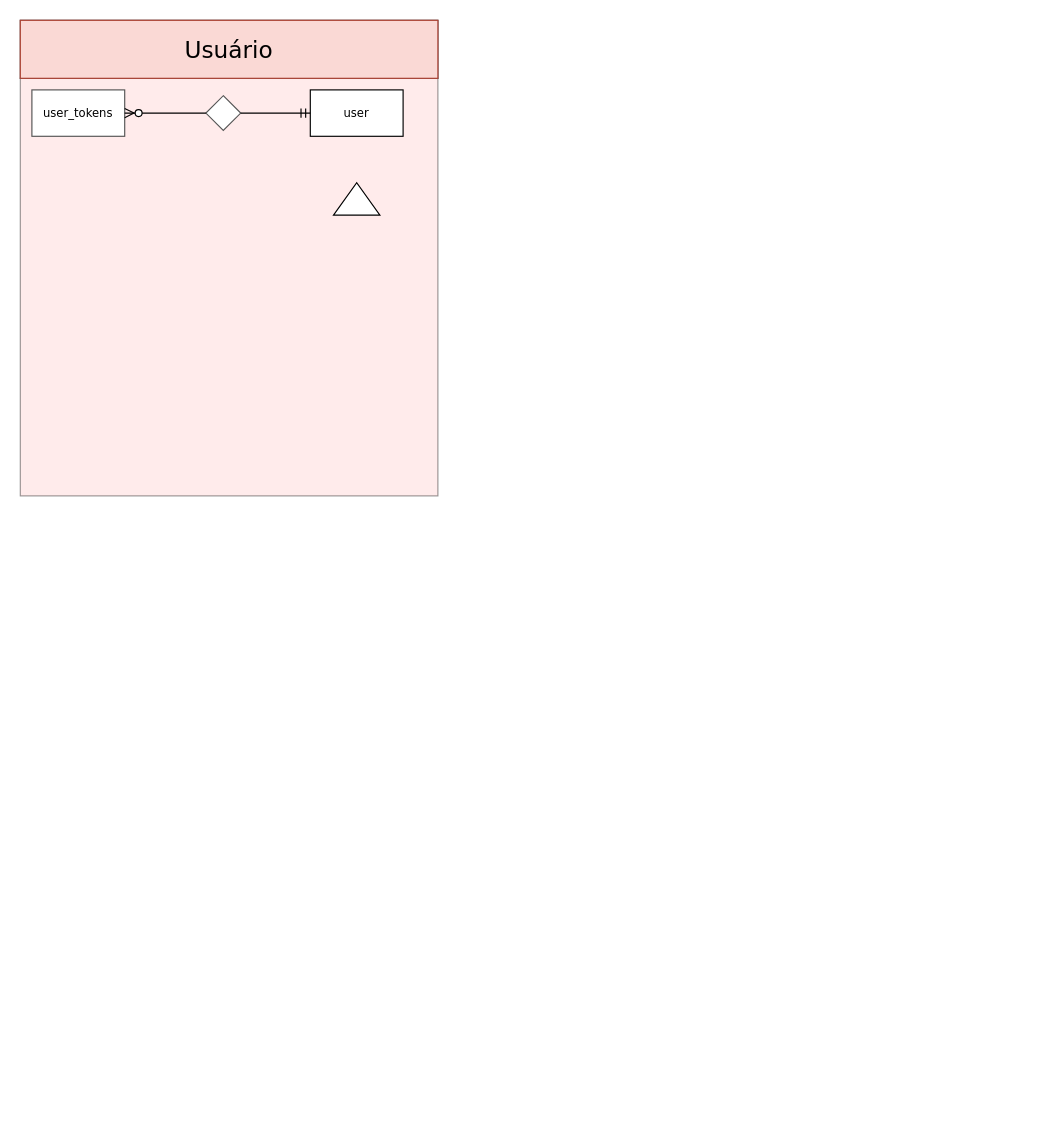
SevenSeas-Tech/demen-backend keeps this draw.io diagram as db_concept.drawio. Above is the earlier version. Source tidied: cells renumbered, new cells numbered last; positions are measured from the earlier drawing's top-left corner, leaving out a move shared by most shapes. Both pictures are drawn from the tidied source at 116%, with x=0, y=0 at pixel (20, 20).
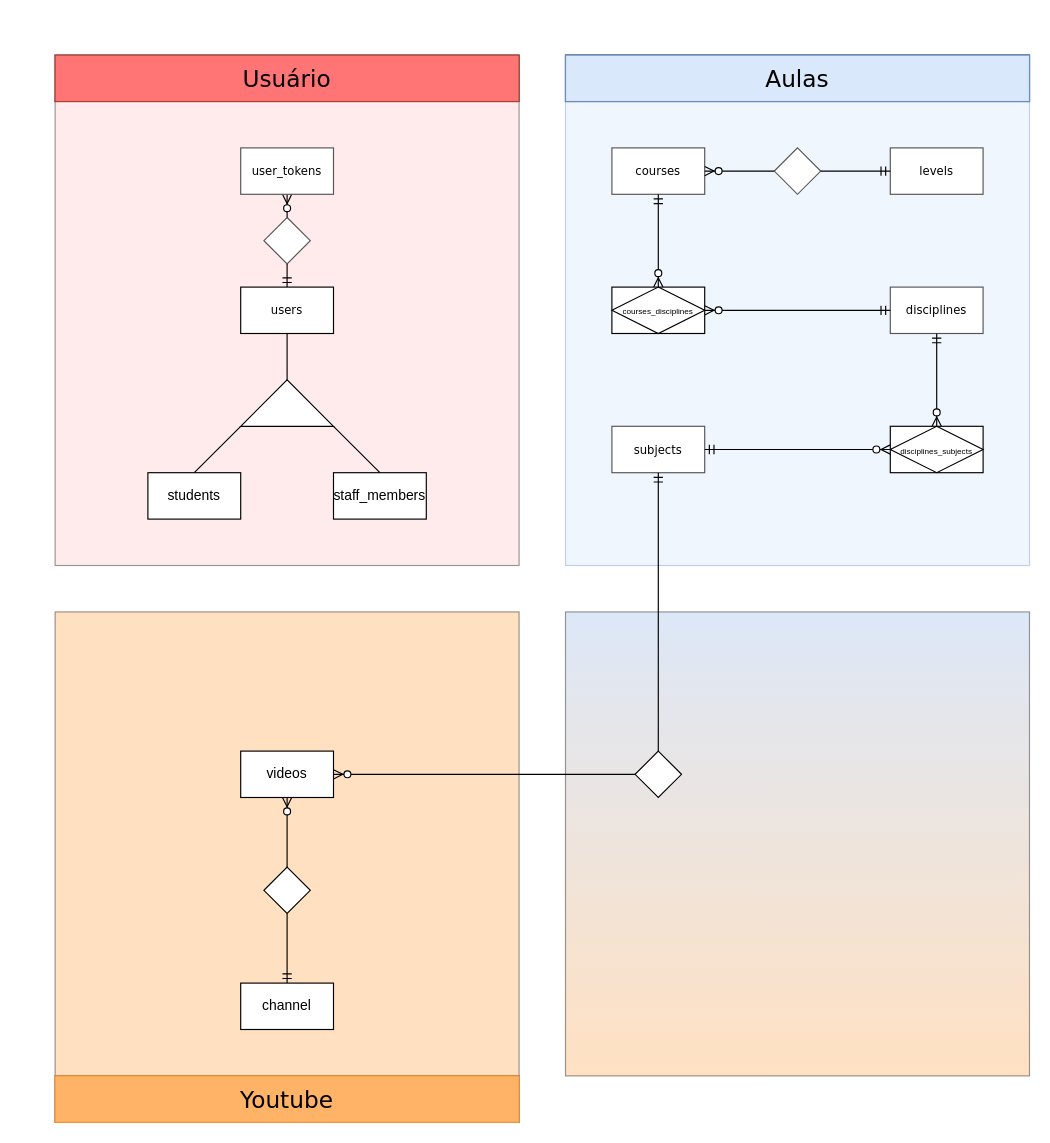
Above is the later version.

Commit message:
docs(database): atualização do modelo conceitual

Change to the diagram source:
```diff
@@
+    <mxCell id="15" style="whiteSpace=wrap;html=1;fontFamily=Verdana;fontSize=20;fillColor=#A9C4EB;gradientColor=#FFB366;opacity=40;" parent="1" vertex="1">
+      <mxGeometry x="470" y="510" width="400" height="400" as="geometry" />
+    </mxCell>
     <mxCell id="2" style="whiteSpace=wrap;html=1;fontFamily=Verdana;fontSize=20;fillColor=#FFCCCC;gradientColor=none;opacity=40;" parent="1" vertex="1">
-      <mxGeometry y="50" width="360" height="360" as="geometry" />
+      <mxGeometry x="30" y="70" width="400" height="400" as="geometry" />
     </mxCell>
     <mxCell id="3" style="group;verticalAlign=middle;fillColor=none;" parent="1" vertex="1">
-      <mxGeometry x="250" y="60" width="80" height="40" as="geometry" />
+      <mxGeometry x="190" y="230" width="80" height="40" as="geometry" />
     </mxCell>
@@
-    <mxCell id="5" value="&lt;p style=&quot;line-height: 1; font-size: 10px;&quot; align=&quot;center&quot;&gt;&lt;/p&gt;&lt;div style=&quot;font-size: 10px;&quot; align=&quot;center&quot;&gt;&lt;font style=&quot;font-size: 10px;&quot;&gt;user&lt;/font&gt;&lt;/div&gt;&lt;p style=&quot;font-size: 10px;&quot; align=&quot;center&quot;&gt;&lt;/p&gt;" style="text;html=1;strokeColor=none;fillColor=none;align=center;verticalAlign=middle;whiteSpace=wrap;rounded=0;fontFamily=Verdana;fontSize=20;" parent="3" vertex="1">
+    <mxCell id="5" value="&lt;p style=&quot;line-height: 1; font-size: 10px;&quot; align=&quot;center&quot;&gt;&lt;/p&gt;&lt;div style=&quot;font-size: 10px;&quot; align=&quot;center&quot;&gt;users&lt;/div&gt;&lt;p style=&quot;font-size: 10px;&quot; align=&quot;center&quot;&gt;&lt;/p&gt;" style="text;html=1;strokeColor=none;fillColor=none;align=center;verticalAlign=middle;whiteSpace=wrap;rounded=0;fontFamily=Verdana;fontSize=20;" parent="3" vertex="1">
       <mxGeometry width="80" height="40" as="geometry" />
     </mxCell>
     <mxCell id="6" style="group;" parent="1" vertex="1">
-      <mxGeometry width="360" height="50" as="geometry" />
+      <mxGeometry x="30" y="30" width="400" height="40" as="geometry" />
     </mxCell>
     <mxCell id="7" style="rounded=0;whiteSpace=wrap;html=1;fillColor=#cce5ff;strokeColor=#36393d;fontFamily=Verdana;" parent="6" vertex="1">
-      <mxGeometry width="360" height="50" as="geometry" />
+      <mxGeometry width="400" height="40" as="geometry" />
     </mxCell>
-    <mxCell id="8" value="&lt;font style=&quot;font-size: 20px;&quot;&gt;Usuário&lt;/font&gt;" style="text;html=1;strokeColor=#ae4132;fillColor=#fad9d5;align=center;verticalAlign=middle;whiteSpace=wrap;rounded=0;fontFamily=Verdana;" parent="6" vertex="1">
-      <mxGeometry width="360" height="50" as="geometry" />
+    <mxCell id="8" value="&lt;font style=&quot;font-size: 20px;&quot;&gt;Usuário&lt;/font&gt;" style="text;html=1;strokeColor=#ae4132;fillColor=#FF7575;align=center;verticalAlign=middle;whiteSpace=wrap;rounded=0;fontFamily=Verdana;" parent="6" vertex="1">
+      <mxGeometry width="400" height="40" as="geometry" />
     </mxCell>
     <mxCell id="9" style="rhombus;whiteSpace=wrap;html=1;fontFamily=Verdana;fontSize=20;strokeColor=#555555;fillColor=#FFFFFF;gradientColor=none;fontColor=#FFFFFF;" parent="1" vertex="1">
-      <mxGeometry x="160" y="65" width="30" height="30" as="geometry" />
+      <mxGeometry x="210" y="170" width="40" height="40" as="geometry" />
     </mxCell>
+    <mxCell id="13" style="edgeStyle=orthogonalEdgeStyle;fontSize=12;html=1;endArrow=ERzeroToMany;endFill=1;rounded=0;fontFamily=Verdana;fontColor=#000000;entryX=0.5;entryY=1;entryDx=0;entryDy=0;exitX=0.5;exitY=0;exitDx=0;exitDy=0;" parent="1" edge="1" source="9" target="11">
+      <mxGeometry relative="1" as="geometry" />
+    </mxCell>
+    <mxCell id="14" style="verticalLabelPosition=bottom;verticalAlign=top;html=1;shape=mxgraph.basic.acute_triangle;dx=0.5;rounded=0;shadow=0;glass=0;fontFamily=Verdana;fontSize=10;" parent="1" vertex="1">
+      <mxGeometry x="190" y="310" width="80" height="40" as="geometry" />
+    </mxCell>
+    <mxCell id="16" style="endArrow=none;html=1;rounded=0;entryX=0.5;entryY=1;entryDx=0;entryDy=0;exitX=0;exitY=0;exitDx=40;exitDy=0;exitPerimeter=0;" parent="1" edge="1" source="14" target="5">
+      <mxGeometry relative="1" as="geometry" />
+    </mxCell>
+    <mxCell id="17" value="staff_members" style="rounded=0;whiteSpace=wrap;html=1;" parent="1" vertex="1">
+      <mxGeometry x="270" y="390" width="80" height="40" as="geometry" />
+    </mxCell>
+    <mxCell id="18" style="endArrow=none;html=1;rounded=0;entryX=1;entryY=1;entryDx=0;entryDy=0;entryPerimeter=0;exitX=0.5;exitY=0;exitDx=0;exitDy=0;" parent="1" edge="1" source="17" target="14">
+      <mxGeometry relative="1" as="geometry" />
+    </mxCell>
+    <mxCell id="19" style="endArrow=none;html=1;rounded=0;entryX=0;entryY=1;entryDx=0;entryDy=0;entryPerimeter=0;exitX=0.5;exitY=0;exitDx=0;exitDy=0;" parent="1" edge="1" source="27" target="14">
+      <mxGeometry relative="1" as="geometry" />
+    </mxCell>
+    <mxCell id="20" style="whiteSpace=wrap;html=1;fontFamily=Verdana;fontSize=20;fillColor=#FFB366;gradientColor=none;opacity=40;" parent="1" vertex="1">
+      <mxGeometry x="30" y="510" width="400" height="400" as="geometry" />
+    </mxCell>
+    <mxCell id="21" style="group;" parent="1" vertex="1">
+      <mxGeometry x="30" y="910" width="400" height="40" as="geometry" />
+    </mxCell>
+    <mxCell id="22" style="rounded=0;whiteSpace=wrap;html=1;fillColor=#cce5ff;strokeColor=#36393d;fontFamily=Verdana;" parent="21" vertex="1">
+      <mxGeometry width="400" height="40" as="geometry" />
+    </mxCell>
+    <mxCell id="23" value="&lt;font style=&quot;font-size: 20px;&quot;&gt;Youtube&lt;/font&gt;" style="text;html=1;strokeColor=#FF9933;fillColor=#FFB366;align=center;verticalAlign=middle;whiteSpace=wrap;rounded=0;fontFamily=Verdana;" parent="21" vertex="1">
+      <mxGeometry width="400" height="40" as="geometry" />
+    </mxCell>
+    <mxCell id="24" style="edgeStyle=orthogonalEdgeStyle;rounded=0;orthogonalLoop=1;jettySize=auto;html=1;exitX=0.5;exitY=1;exitDx=0;exitDy=0;" parent="1" edge="1" source="2" target="2">
+      <mxGeometry relative="1" as="geometry" />
+    </mxCell>
+    <mxCell id="25" style="group;" parent="1" vertex="1">
+      <mxGeometry x="190" y="110" width="80" height="40" as="geometry" />
+    </mxCell>
-    <mxCell id="10" style="rounded=0;whiteSpace=wrap;html=1;fontFamily=Verdana;fontSize=20;fontColor=#FFFFFF;strokeColor=#555555;fillColor=#FFFFFF;gradientColor=none;" parent="1" vertex="1">
-      <mxGeometry x="10" y="60" width="80" height="40" as="geometry" />
+    <mxCell id="10" style="rounded=0;whiteSpace=wrap;html=1;fontFamily=Verdana;fontSize=20;fontColor=#FFFFFF;strokeColor=#555555;fillColor=#FFFFFF;gradientColor=none;" parent="25" vertex="1">
+      <mxGeometry width="80" height="40" as="geometry" />
     </mxCell>
-    <mxCell id="11" value="&lt;div style=&quot;font-size: 10px;&quot; align=&quot;center&quot;&gt;user_tokens&lt;/div&gt;" style="text;html=1;strokeColor=none;fillColor=none;align=center;verticalAlign=middle;whiteSpace=wrap;rounded=0;fontFamily=Verdana;fontSize=20;fontColor=#000000;horizontal=1;glass=0;shadow=0;" parent="1" vertex="1">
-      <mxGeometry x="10" y="60" width="80" height="40" as="geometry" />
+    <mxCell id="11" value="&lt;div style=&quot;font-size: 10px;&quot; align=&quot;center&quot;&gt;user_tokens&lt;/div&gt;" style="text;html=1;strokeColor=none;fillColor=none;align=center;verticalAlign=middle;whiteSpace=wrap;rounded=0;fontFamily=Verdana;fontSize=20;fontColor=#000000;horizontal=1;glass=0;shadow=0;" parent="25" vertex="1">
+      <mxGeometry width="80" height="40" as="geometry" />
     </mxCell>
+    <mxCell id="26" style="group;" parent="1" vertex="1">
+      <mxGeometry x="110" y="390" width="80" height="40" as="geometry" />
+    </mxCell>
+    <mxCell id="27" style="rounded=0;whiteSpace=wrap;html=1;" parent="26" vertex="1">
+      <mxGeometry width="80" height="40" as="geometry" />
+    </mxCell>
+    <mxCell id="28" value="students" style="text;html=1;strokeColor=none;fillColor=none;align=center;verticalAlign=middle;whiteSpace=wrap;rounded=0;" parent="26" vertex="1">
+      <mxGeometry width="80" height="40" as="geometry" />
+    </mxCell>
-    <mxCell id="12" style="edgeStyle=entityRelationEdgeStyle;fontSize=12;html=1;endArrow=ERmandOne;rounded=0;fontFamily=Verdana;fontColor=#000000;entryX=0;entryY=0.5;entryDx=0;entryDy=0;exitX=1;exitY=0.5;exitDx=0;exitDy=0;" parent="1" edge="1" source="9" target="5">
+    <mxCell id="12" style="edgeStyle=orthogonalEdgeStyle;fontSize=12;html=1;endArrow=ERmandOne;rounded=0;exitX=0.5;exitY=1;exitDx=0;exitDy=0;" parent="1" edge="1" source="9" target="5">
       <mxGeometry relative="1" as="geometry" />
     </mxCell>
-    <mxCell id="13" style="edgeStyle=entityRelationEdgeStyle;fontSize=12;html=1;endArrow=ERzeroToMany;endFill=1;rounded=0;fontFamily=Verdana;fontColor=#000000;entryX=1;entryY=0.5;entryDx=0;entryDy=0;exitX=0;exitY=0.5;exitDx=0;exitDy=0;" parent="1" edge="1" source="9" target="11">
-      <mxGeometry relative="1" as="geometry" />
-    </mxCell>
-    <mxCell id="14" style="verticalLabelPosition=bottom;verticalAlign=top;html=1;shape=mxgraph.basic.acute_triangle;dx=0.5;rounded=0;shadow=0;glass=0;fontFamily=Verdana;fontSize=10;" parent="1" vertex="1">
-      <mxGeometry x="270" y="140" width="40" height="28" as="geometry" />
-    </mxCell>
+    <mxCell id="29" style="whiteSpace=wrap;html=1;fontFamily=Verdana;fontSize=20;fillColor=#dae8fc;opacity=40;strokeColor=#6c8ebf;" parent="1" vertex="1">
+      <mxGeometry x="470" y="70" width="400" height="400" as="geometry" />
+    </mxCell>
+    <mxCell id="30" style="group;fillColor=#dae8fc;strokeColor=#6c8ebf;" parent="1" vertex="1">
+      <mxGeometry x="470" y="30" width="400" height="40" as="geometry" />
+    </mxCell>
+    <mxCell id="31" style="rounded=0;whiteSpace=wrap;html=1;fillColor=#cce5ff;strokeColor=#36393d;fontFamily=Verdana;" parent="30" vertex="1">
+      <mxGeometry width="400" height="40" as="geometry" />
+    </mxCell>
+    <mxCell id="32" value="&lt;font style=&quot;font-size: 20px;&quot;&gt;Aulas&lt;/font&gt;" style="text;html=1;strokeColor=#6c8ebf;fillColor=#dae8fc;align=center;verticalAlign=middle;whiteSpace=wrap;rounded=0;fontFamily=Verdana;" parent="30" vertex="1">
+      <mxGeometry width="400" height="40" as="geometry" />
+    </mxCell>
+    <mxCell id="33" value="channel" style="rounded=0;whiteSpace=wrap;html=1;" parent="1" vertex="1">
+      <mxGeometry x="190" y="830" width="80" height="40" as="geometry" />
+    </mxCell>
+    <mxCell id="34" value="videos" style="rounded=0;whiteSpace=wrap;html=1;" parent="1" vertex="1">
+      <mxGeometry x="190" y="630" width="80" height="40" as="geometry" />
+    </mxCell>
+    <mxCell id="35" style="rhombus;whiteSpace=wrap;html=1;" parent="1" vertex="1">
+      <mxGeometry x="210" y="730" width="40" height="40" as="geometry" />
+    </mxCell>
+    <mxCell id="36" style="edgeStyle=orthogonalEdgeStyle;fontSize=12;html=1;endArrow=ERzeroToMany;endFill=1;rounded=0;exitX=0.5;exitY=0;exitDx=0;exitDy=0;entryX=0.5;entryY=1;entryDx=0;entryDy=0;" parent="1" edge="1" source="35" target="34">
+      <mxGeometry relative="1" as="geometry" />
+    </mxCell>
+    <mxCell id="37" style="edgeStyle=orthogonalEdgeStyle;fontSize=12;html=1;endArrow=ERmandOne;rounded=0;exitX=0.5;exitY=1;exitDx=0;exitDy=0;entryX=0.5;entryY=0;entryDx=0;entryDy=0;" parent="1" edge="1" source="35" target="33">
+      <mxGeometry relative="1" as="geometry" />
+    </mxCell>
+    <mxCell id="38" style="group;" parent="1" vertex="1">
+      <mxGeometry x="750" y="110" width="80" height="40" as="geometry" />
+    </mxCell>
+    <mxCell id="39" style="rounded=0;whiteSpace=wrap;html=1;fontFamily=Verdana;fontSize=20;fontColor=#FFFFFF;strokeColor=#555555;fillColor=#FFFFFF;gradientColor=none;" parent="38" vertex="1">
+      <mxGeometry width="80" height="40" as="geometry" />
+    </mxCell>
+    <mxCell id="40" value="&lt;div style=&quot;font-size: 10px;&quot; align=&quot;center&quot;&gt;levels&lt;/div&gt;" style="text;html=1;strokeColor=none;fillColor=none;align=center;verticalAlign=middle;whiteSpace=wrap;rounded=0;fontFamily=Verdana;fontSize=20;fontColor=#000000;horizontal=1;glass=0;shadow=0;" parent="38" vertex="1">
+      <mxGeometry width="80" height="40" as="geometry" />
+    </mxCell>
+    <mxCell id="41" style="group;" parent="1" vertex="1">
+      <mxGeometry x="510" y="110" width="80" height="40" as="geometry" />
+    </mxCell>
+    <mxCell id="42" style="rounded=0;whiteSpace=wrap;html=1;fontFamily=Verdana;fontSize=20;fontColor=#FFFFFF;strokeColor=#555555;fillColor=#FFFFFF;gradientColor=none;" parent="41" vertex="1">
+      <mxGeometry width="80" height="40" as="geometry" />
+    </mxCell>
+    <mxCell id="43" value="&lt;div style=&quot;font-size: 10px;&quot; align=&quot;center&quot;&gt;courses&lt;/div&gt;" style="text;html=1;strokeColor=none;fillColor=none;align=center;verticalAlign=middle;whiteSpace=wrap;rounded=0;fontFamily=Verdana;fontSize=20;fontColor=#000000;horizontal=1;glass=0;shadow=0;" parent="41" vertex="1">
+      <mxGeometry width="80" height="40" as="geometry" />
+    </mxCell>
+    <mxCell id="44" style="group;" parent="1" vertex="1">
+      <mxGeometry x="750" y="230" width="80" height="40" as="geometry" />
+    </mxCell>
+    <mxCell id="45" style="rounded=0;whiteSpace=wrap;html=1;fontFamily=Verdana;fontSize=20;fontColor=#FFFFFF;strokeColor=#555555;fillColor=#FFFFFF;gradientColor=none;" parent="44" vertex="1">
+      <mxGeometry width="80" height="40" as="geometry" />
+    </mxCell>
+    <mxCell id="46" value="&lt;div style=&quot;font-size: 10px;&quot; align=&quot;center&quot;&gt;disciplines&lt;/div&gt;" style="text;html=1;strokeColor=none;fillColor=none;align=center;verticalAlign=middle;whiteSpace=wrap;rounded=0;fontFamily=Verdana;fontSize=20;fontColor=#000000;horizontal=1;glass=0;shadow=0;" parent="44" vertex="1">
+      <mxGeometry width="80" height="40" as="geometry" />
+    </mxCell>
+    <mxCell id="47" style="group;" parent="1" vertex="1">
+      <mxGeometry x="510" y="350" width="80" height="40" as="geometry" />
+    </mxCell>
+    <mxCell id="48" style="rounded=0;whiteSpace=wrap;html=1;fontFamily=Verdana;fontSize=20;fontColor=#FFFFFF;strokeColor=#555555;fillColor=#FFFFFF;gradientColor=none;" parent="47" vertex="1">
+      <mxGeometry width="80" height="40" as="geometry" />
+    </mxCell>
+    <mxCell id="49" value="&lt;div style=&quot;font-size: 10px;&quot; align=&quot;center&quot;&gt;subjects&lt;/div&gt;" style="text;html=1;strokeColor=none;fillColor=none;align=center;verticalAlign=middle;whiteSpace=wrap;rounded=0;fontFamily=Verdana;fontSize=20;fontColor=#000000;horizontal=1;glass=0;shadow=0;" parent="47" vertex="1">
+      <mxGeometry width="80" height="40" as="geometry" />
+    </mxCell>
+    <mxCell id="50" value="&lt;font style=&quot;font-size: 7px;&quot;&gt;disciplines_subjects&lt;/font&gt;" style="shape=associativeEntity;whiteSpace=wrap;html=1;align=center;" parent="1" vertex="1">
+      <mxGeometry x="750" y="350" width="80" height="40" as="geometry" />
+    </mxCell>
+    <mxCell id="51" value="&lt;span style=&quot;font-size: 7px;&quot;&gt;courses_disciplines&lt;/span&gt;" style="shape=associativeEntity;whiteSpace=wrap;html=1;align=center;" parent="1" vertex="1">
+      <mxGeometry x="510" y="230" width="80" height="40" as="geometry" />
+    </mxCell>
+    <mxCell id="52" style="rhombus;whiteSpace=wrap;html=1;fontFamily=Verdana;fontSize=20;strokeColor=#555555;fillColor=#FFFFFF;gradientColor=none;fontColor=#FFFFFF;" parent="1" vertex="1">
+      <mxGeometry x="650" y="110" width="40" height="40" as="geometry" />
+    </mxCell>
+    <mxCell id="53" style="edgeStyle=orthogonalEdgeStyle;fontSize=12;html=1;endArrow=ERmandOne;rounded=0;entryX=0;entryY=0.5;entryDx=0;entryDy=0;exitX=1;exitY=0.5;exitDx=0;exitDy=0;" parent="1" edge="1" source="52" target="40">
+      <mxGeometry relative="1" as="geometry" />
+    </mxCell>
+    <mxCell id="54" style="edgeStyle=entityRelationEdgeStyle;fontSize=12;html=1;endArrow=ERzeroToMany;endFill=1;rounded=0;entryX=1;entryY=0.5;entryDx=0;entryDy=0;exitX=0;exitY=0.5;exitDx=0;exitDy=0;" parent="1" edge="1" source="52" target="43">
+      <mxGeometry relative="1" as="geometry" />
+    </mxCell>
+    <mxCell id="55" style="edgeStyle=orthogonalEdgeStyle;fontSize=12;html=1;endArrow=ERzeroToMany;startArrow=ERmandOne;rounded=0;exitX=0.5;exitY=1;exitDx=0;exitDy=0;entryX=0.5;entryY=0;entryDx=0;entryDy=0;" parent="1" edge="1" source="43" target="51">
+      <mxGeometry relative="1" as="geometry" />
+    </mxCell>
+    <mxCell id="56" style="edgeStyle=orthogonalEdgeStyle;fontSize=12;html=1;endArrow=ERzeroToMany;startArrow=ERmandOne;rounded=0;exitX=0;exitY=0.5;exitDx=0;exitDy=0;entryX=1;entryY=0.5;entryDx=0;entryDy=0;" parent="1" edge="1" source="46" target="51">
+      <mxGeometry relative="1" as="geometry" />
+    </mxCell>
+    <mxCell id="57" style="edgeStyle=orthogonalEdgeStyle;fontSize=12;html=1;endArrow=ERzeroToMany;startArrow=ERmandOne;rounded=0;exitX=0.5;exitY=1;exitDx=0;exitDy=0;entryX=0.5;entryY=0;entryDx=0;entryDy=0;" parent="1" edge="1" source="46" target="50">
+      <mxGeometry relative="1" as="geometry" />
+    </mxCell>
+    <mxCell id="58" style="edgeStyle=orthogonalEdgeStyle;fontSize=12;html=1;endArrow=ERzeroToMany;startArrow=ERmandOne;rounded=0;exitX=1;exitY=0.5;exitDx=0;exitDy=0;entryX=0;entryY=0.5;entryDx=0;entryDy=0;" parent="1" edge="1" source="49" target="50">
+      <mxGeometry relative="1" as="geometry" />
+    </mxCell>
+    <mxCell id="59" style="rhombus;whiteSpace=wrap;html=1;" parent="1" vertex="1">
+      <mxGeometry x="530" y="630" width="40" height="40" as="geometry" />
+    </mxCell>
+    <mxCell id="60" style="edgeStyle=orthogonalEdgeStyle;fontSize=12;html=1;endArrow=ERmandOne;rounded=0;entryX=0.5;entryY=1;entryDx=0;entryDy=0;exitX=0.5;exitY=0;exitDx=0;exitDy=0;" parent="1" edge="1" source="59" target="49">
+      <mxGeometry relative="1" as="geometry" />
+    </mxCell>
+    <mxCell id="61" style="edgeStyle=entityRelationEdgeStyle;fontSize=12;html=1;endArrow=ERzeroToMany;endFill=1;rounded=0;exitX=0;exitY=0.5;exitDx=0;exitDy=0;entryX=1;entryY=0.5;entryDx=0;entryDy=0;" parent="1" edge="1" source="59" target="34">
+      <mxGeometry relative="1" as="geometry" />
+    </mxCell>
```
